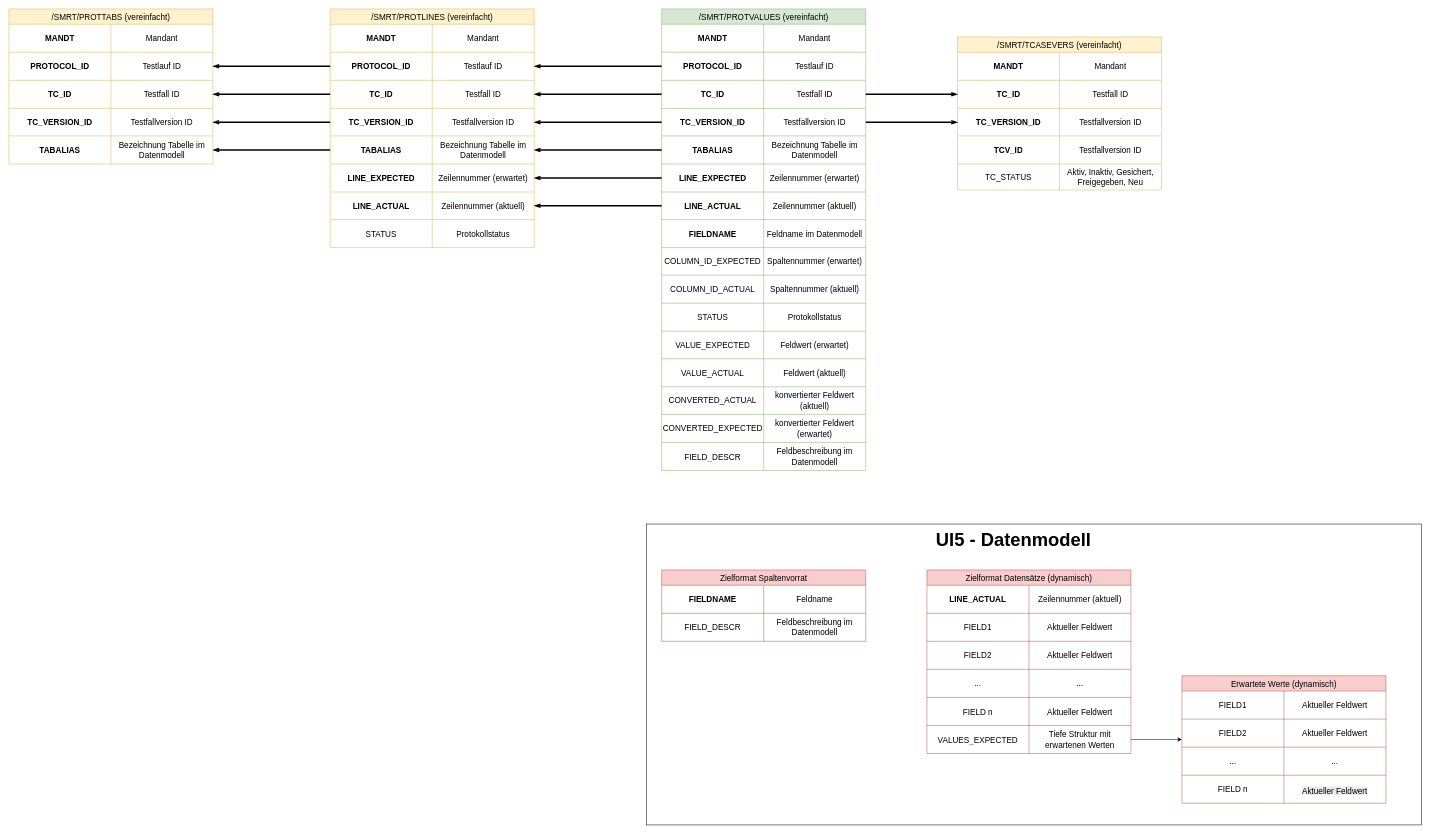
Earlier version of the draw.io diagram Strukturierte Ansicht DatenModell.drawio (Raaphaaa/UI5-Playground). Source tidied: cells renumbered, new cells numbered last; positions are measured from the earlier drawing's top-left corner, leaving out a move shared by most shapes. Both pictures are drawn from the tidied source at 51%, with x=0, y=0 at pixel (9, 9).
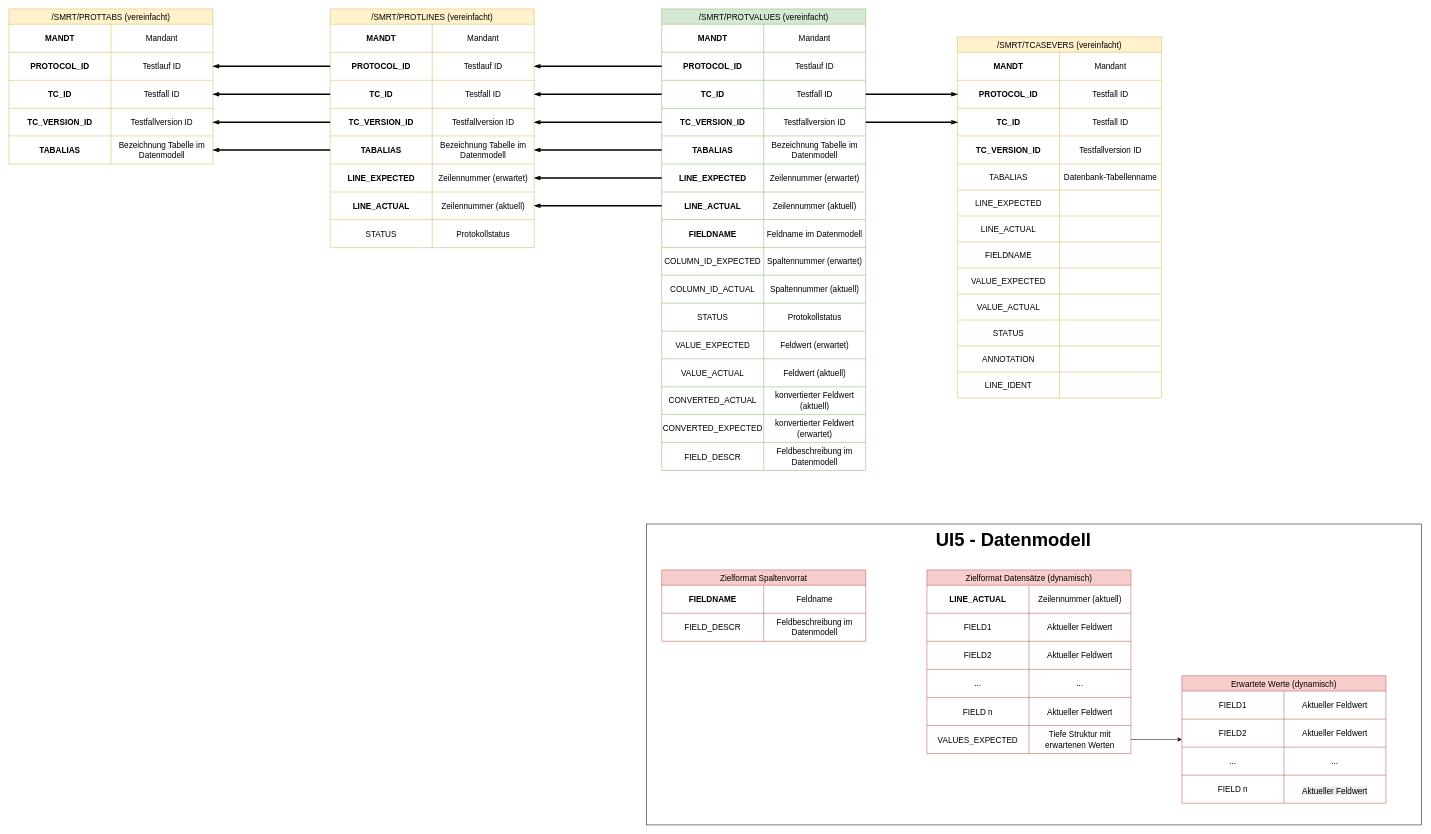
After the change.

Unchanged cells that the change refers to:
```xml
<mxCell id="148" style="shape=tableRow;horizontal=0;startSize=0;swimlaneHead=0;swimlaneBody=0;strokeColor=inherit;top=0;left=0;bottom=0;right=0;fillColor=none;points=[[0,0.5],[1,0.5]];portConstraint=eastwest;fontSize=16;" parent="144" vertex="1">
  <mxGeometry y="85" width="400" height="55" as="geometry" />
</mxCell>
<mxCell id="151" style="shape=tableRow;horizontal=0;startSize=0;swimlaneHead=0;swimlaneBody=0;strokeColor=inherit;top=0;left=0;bottom=0;right=0;fillColor=none;points=[[0,0.5],[1,0.5]];portConstraint=eastwest;fontSize=16;" parent="144" vertex="1">
  <mxGeometry y="140" width="400" height="54" as="geometry" />
</mxCell>
<mxCell id="154" style="shape=tableRow;horizontal=0;startSize=0;swimlaneHead=0;swimlaneBody=0;strokeColor=inherit;top=0;left=0;bottom=0;right=0;fillColor=none;fontSize=16;" parent="144" vertex="1">
  <mxGeometry y="194" width="400" height="55" as="geometry" />
</mxCell>
<mxCell id="157" style="shape=tableRow;horizontal=0;startSize=0;swimlaneHead=0;swimlaneBody=0;strokeColor=inherit;top=0;left=0;bottom=0;right=0;fillColor=none;fontSize=16;" parent="144" vertex="1">
  <mxGeometry y="249" width="400" height="51" as="geometry" />
</mxCell>
```

Change to the diagram source:
```diff
@@
     <mxCell id="144" value="/SMRT/TCASEVERS (vereinfacht)" style="shape=table;startSize=30;childLayout=tableLayout;strokeColor=#d6b656;fontSize=16;fillColor=#fff2cc;" parent="1" vertex="1">
-      <mxGeometry x="1860" y="55" width="400" height="300" as="geometry" />
+      <mxGeometry x="1860" y="55" width="400" height="708" as="geometry" />
     </mxCell>
@@
-    <mxCell id="149" value="TC_ID" style="shape=partialRectangle;html=1;whiteSpace=wrap;strokeColor=inherit;overflow=hidden;fillColor=none;top=0;left=0;bottom=0;right=0;fontSize=16;fontStyle=1;" parent="148" vertex="1">
+    <mxCell id="149" value="PROTOCOL_ID" style="shape=partialRectangle;html=1;whiteSpace=wrap;strokeColor=inherit;overflow=hidden;fillColor=none;top=0;left=0;bottom=0;right=0;fontSize=16;fontStyle=1;" parent="148" vertex="1">
       <mxGeometry width="200" height="55" as="geometry" />
     </mxCell>
@@
-    <mxCell id="152" value="TC_VERSION_ID" style="shape=partialRectangle;html=1;whiteSpace=wrap;strokeColor=inherit;overflow=hidden;fillColor=none;top=0;left=0;bottom=0;right=0;fontSize=16;fontStyle=1;" parent="151" vertex="1">
+    <mxCell id="152" value="TC_ID" style="shape=partialRectangle;html=1;whiteSpace=wrap;strokeColor=inherit;overflow=hidden;fillColor=none;top=0;left=0;bottom=0;right=0;fontSize=16;fontStyle=1;" parent="151" vertex="1">
       <mxGeometry width="200" height="54" as="geometry" />
     </mxCell>
-    <mxCell id="153" value="Testfallversion ID" style="shape=partialRectangle;html=1;whiteSpace=wrap;strokeColor=inherit;overflow=hidden;fillColor=none;top=0;left=0;bottom=0;right=0;fontSize=16;" parent="151" vertex="1">
+    <mxCell id="153" value="Testfall ID" style="shape=partialRectangle;html=1;whiteSpace=wrap;strokeColor=inherit;overflow=hidden;fillColor=none;top=0;left=0;bottom=0;right=0;fontSize=16;" parent="151" vertex="1">
       <mxGeometry x="200" width="200" height="54" as="geometry" />
     </mxCell>
@@
-    <mxCell id="155" value="TCV_ID" style="shape=partialRectangle;html=1;whiteSpace=wrap;strokeColor=inherit;overflow=hidden;fillColor=none;top=0;left=0;bottom=0;right=0;fontSize=16;fontStyle=1;" parent="154" vertex="1">
+    <mxCell id="155" value="TC_VERSION_ID" style="shape=partialRectangle;html=1;whiteSpace=wrap;strokeColor=inherit;overflow=hidden;fillColor=none;top=0;left=0;bottom=0;right=0;fontSize=16;fontStyle=1;" parent="154" vertex="1">
       <mxGeometry width="200" height="55" as="geometry" />
     </mxCell>
@@
-    <mxCell id="158" value="TC_STATUS" style="shape=partialRectangle;html=1;whiteSpace=wrap;strokeColor=inherit;overflow=hidden;fillColor=none;top=0;left=0;bottom=0;right=0;fontSize=16;fontStyle=0;" parent="157" vertex="1">
+    <mxCell id="158" value="TABALIAS" style="shape=partialRectangle;html=1;whiteSpace=wrap;strokeColor=inherit;overflow=hidden;fillColor=none;top=0;left=0;bottom=0;right=0;fontSize=16;fontStyle=0;" parent="157" vertex="1">
       <mxGeometry width="200" height="51" as="geometry" />
     </mxCell>
-    <mxCell id="159" value="Aktiv, Inaktiv, Gesichert, Freigegeben, Neu" style="shape=partialRectangle;html=1;whiteSpace=wrap;strokeColor=inherit;overflow=hidden;fillColor=none;top=0;left=0;bottom=0;right=0;fontSize=16;" parent="157" vertex="1">
+    <mxCell id="159" value="Datenbank-Tabellenname" style="shape=partialRectangle;html=1;whiteSpace=wrap;strokeColor=inherit;overflow=hidden;fillColor=none;top=0;left=0;bottom=0;right=0;fontSize=16;" parent="157" vertex="1">
       <mxGeometry x="200" width="200" height="51" as="geometry" />
     </mxCell>
+    <mxCell id="162" style="shape=tableRow;horizontal=0;startSize=0;swimlaneHead=0;swimlaneBody=0;strokeColor=inherit;top=0;left=0;bottom=0;right=0;fillColor=none;fontSize=16;" parent="144" vertex="1">
+      <mxGeometry y="300" width="400" height="51" as="geometry" />
+    </mxCell>
+    <mxCell id="163" value="LINE_EXPECTED" style="shape=partialRectangle;html=1;whiteSpace=wrap;strokeColor=inherit;overflow=hidden;fillColor=none;top=0;left=0;bottom=0;right=0;fontSize=16;fontStyle=0;" parent="162" vertex="1">
+      <mxGeometry width="200" height="51" as="geometry" />
+    </mxCell>
+    <mxCell id="164" style="shape=partialRectangle;html=1;whiteSpace=wrap;strokeColor=inherit;overflow=hidden;fillColor=none;top=0;left=0;bottom=0;right=0;fontSize=16;" parent="162" vertex="1">
+      <mxGeometry x="200" width="200" height="51" as="geometry" />
+    </mxCell>
+    <mxCell id="165" style="shape=tableRow;horizontal=0;startSize=0;swimlaneHead=0;swimlaneBody=0;strokeColor=inherit;top=0;left=0;bottom=0;right=0;fillColor=none;fontSize=16;" parent="144" vertex="1">
+      <mxGeometry y="351" width="400" height="51" as="geometry" />
+    </mxCell>
+    <mxCell id="166" value="LINE_ACTUAL" style="shape=partialRectangle;html=1;whiteSpace=wrap;strokeColor=inherit;overflow=hidden;fillColor=none;top=0;left=0;bottom=0;right=0;fontSize=16;fontStyle=0;" parent="165" vertex="1">
+      <mxGeometry width="200" height="51" as="geometry" />
+    </mxCell>
+    <mxCell id="167" style="shape=partialRectangle;html=1;whiteSpace=wrap;strokeColor=inherit;overflow=hidden;fillColor=none;top=0;left=0;bottom=0;right=0;fontSize=16;" parent="165" vertex="1">
+      <mxGeometry x="200" width="200" height="51" as="geometry" />
+    </mxCell>
+    <mxCell id="168" style="shape=tableRow;horizontal=0;startSize=0;swimlaneHead=0;swimlaneBody=0;strokeColor=inherit;top=0;left=0;bottom=0;right=0;fillColor=none;fontSize=16;" parent="144" vertex="1">
+      <mxGeometry y="402" width="400" height="51" as="geometry" />
+    </mxCell>
+    <mxCell id="169" value="FIELDNAME" style="shape=partialRectangle;html=1;whiteSpace=wrap;strokeColor=inherit;overflow=hidden;fillColor=none;top=0;left=0;bottom=0;right=0;fontSize=16;fontStyle=0;" parent="168" vertex="1">
+      <mxGeometry width="200" height="51" as="geometry" />
+    </mxCell>
+    <mxCell id="170" style="shape=partialRectangle;html=1;whiteSpace=wrap;strokeColor=inherit;overflow=hidden;fillColor=none;top=0;left=0;bottom=0;right=0;fontSize=16;" parent="168" vertex="1">
+      <mxGeometry x="200" width="200" height="51" as="geometry" />
+    </mxCell>
+    <mxCell id="171" style="shape=tableRow;horizontal=0;startSize=0;swimlaneHead=0;swimlaneBody=0;strokeColor=inherit;top=0;left=0;bottom=0;right=0;fillColor=none;fontSize=16;" parent="144" vertex="1">
+      <mxGeometry y="453" width="400" height="51" as="geometry" />
+    </mxCell>
+    <mxCell id="172" value="VALUE_EXPECTED" style="shape=partialRectangle;html=1;whiteSpace=wrap;strokeColor=inherit;overflow=hidden;fillColor=none;top=0;left=0;bottom=0;right=0;fontSize=16;fontStyle=0;" parent="171" vertex="1">
+      <mxGeometry width="200" height="51" as="geometry" />
+    </mxCell>
+    <mxCell id="173" style="shape=partialRectangle;html=1;whiteSpace=wrap;strokeColor=inherit;overflow=hidden;fillColor=none;top=0;left=0;bottom=0;right=0;fontSize=16;" parent="171" vertex="1">
+      <mxGeometry x="200" width="200" height="51" as="geometry" />
+    </mxCell>
+    <mxCell id="174" style="shape=tableRow;horizontal=0;startSize=0;swimlaneHead=0;swimlaneBody=0;strokeColor=inherit;top=0;left=0;bottom=0;right=0;fillColor=none;fontSize=16;" parent="144" vertex="1">
+      <mxGeometry y="504" width="400" height="51" as="geometry" />
+    </mxCell>
+    <mxCell id="175" value="VALUE_ACTUAL" style="shape=partialRectangle;html=1;whiteSpace=wrap;strokeColor=inherit;overflow=hidden;fillColor=none;top=0;left=0;bottom=0;right=0;fontSize=16;fontStyle=0;" parent="174" vertex="1">
+      <mxGeometry width="200" height="51" as="geometry" />
+    </mxCell>
+    <mxCell id="176" style="shape=partialRectangle;html=1;whiteSpace=wrap;strokeColor=inherit;overflow=hidden;fillColor=none;top=0;left=0;bottom=0;right=0;fontSize=16;" parent="174" vertex="1">
+      <mxGeometry x="200" width="200" height="51" as="geometry" />
+    </mxCell>
+    <mxCell id="177" style="shape=tableRow;horizontal=0;startSize=0;swimlaneHead=0;swimlaneBody=0;strokeColor=inherit;top=0;left=0;bottom=0;right=0;fillColor=none;fontSize=16;" parent="144" vertex="1">
+      <mxGeometry y="555" width="400" height="51" as="geometry" />
+    </mxCell>
+    <mxCell id="178" value="STATUS" style="shape=partialRectangle;html=1;whiteSpace=wrap;strokeColor=inherit;overflow=hidden;fillColor=none;top=0;left=0;bottom=0;right=0;fontSize=16;fontStyle=0;" parent="177" vertex="1">
+      <mxGeometry width="200" height="51" as="geometry" />
+    </mxCell>
+    <mxCell id="179" style="shape=partialRectangle;html=1;whiteSpace=wrap;strokeColor=inherit;overflow=hidden;fillColor=none;top=0;left=0;bottom=0;right=0;fontSize=16;" parent="177" vertex="1">
+      <mxGeometry x="200" width="200" height="51" as="geometry" />
+    </mxCell>
+    <mxCell id="180" style="shape=tableRow;horizontal=0;startSize=0;swimlaneHead=0;swimlaneBody=0;strokeColor=inherit;top=0;left=0;bottom=0;right=0;fillColor=none;fontSize=16;" parent="144" vertex="1">
+      <mxGeometry y="606" width="400" height="51" as="geometry" />
+    </mxCell>
+    <mxCell id="181" value="ANNOTATION" style="shape=partialRectangle;html=1;whiteSpace=wrap;strokeColor=inherit;overflow=hidden;fillColor=none;top=0;left=0;bottom=0;right=0;fontSize=16;fontStyle=0;" parent="180" vertex="1">
+      <mxGeometry width="200" height="51" as="geometry" />
+    </mxCell>
+    <mxCell id="182" style="shape=partialRectangle;html=1;whiteSpace=wrap;strokeColor=inherit;overflow=hidden;fillColor=none;top=0;left=0;bottom=0;right=0;fontSize=16;" parent="180" vertex="1">
+      <mxGeometry x="200" width="200" height="51" as="geometry" />
+    </mxCell>
+    <mxCell id="183" style="shape=tableRow;horizontal=0;startSize=0;swimlaneHead=0;swimlaneBody=0;strokeColor=inherit;top=0;left=0;bottom=0;right=0;fillColor=none;fontSize=16;" parent="144" vertex="1">
+      <mxGeometry y="657" width="400" height="51" as="geometry" />
+    </mxCell>
+    <mxCell id="184" value="LINE_IDENT" style="shape=partialRectangle;html=1;whiteSpace=wrap;strokeColor=inherit;overflow=hidden;fillColor=none;top=0;left=0;bottom=0;right=0;fontSize=16;fontStyle=0;" parent="183" vertex="1">
+      <mxGeometry width="200" height="51" as="geometry" />
+    </mxCell>
+    <mxCell id="185" style="shape=partialRectangle;html=1;whiteSpace=wrap;strokeColor=inherit;overflow=hidden;fillColor=none;top=0;left=0;bottom=0;right=0;fontSize=16;" parent="183" vertex="1">
+      <mxGeometry x="200" width="200" height="51" as="geometry" />
+    </mxCell>
```
